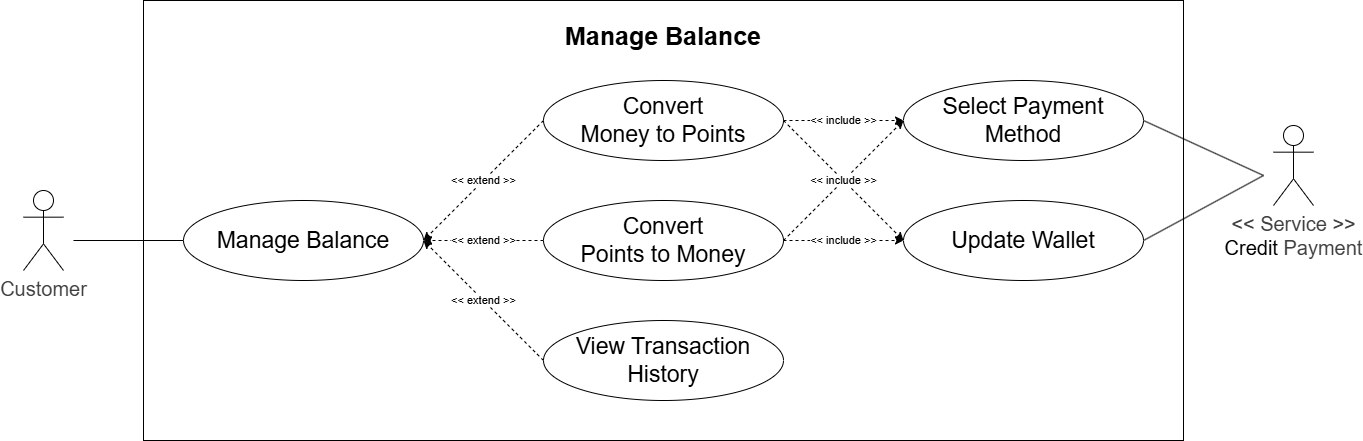
Earlier version of the draw.io export docs/usecases/detailed/manage_balance.drawio.png (Thu-sunrise/cloud_computing). Source tidied: cells renumbered, new cells last; positions are measured from the earlier drawing's top-left corner, leaving out a move shared by most shapes.
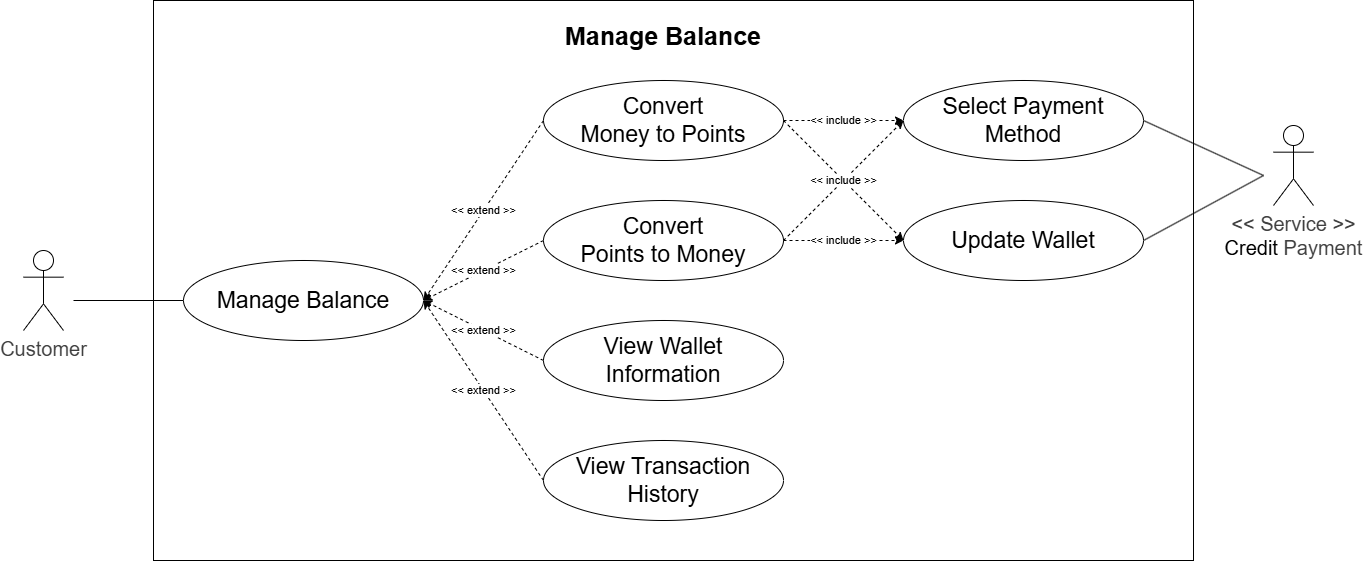
Above is the later version.

Commit message:
update uc support, balance, moderate

Change to the diagram source:
```diff
@@ -1,12 +1,12 @@
-<mxGraphModel>
+<mxGraphModel background="#ffffff">
   <root>
     <mxCell id="0" />
     <mxCell id="1" parent="0" />
     <mxCell id="2" style="rounded=0;whiteSpace=wrap;html=1;" parent="1" vertex="1">
-      <mxGeometry x="130" width="1040" height="440" as="geometry" />
+      <mxGeometry x="140" width="1040" height="560" as="geometry" />
     </mxCell>
     <mxCell id="3" value="Manage Balance" style="ellipse;whiteSpace=wrap;html=1;fontSize=23;" parent="1" vertex="1">
-      <mxGeometry x="170" y="200" width="240" height="80" as="geometry" />
+      <mxGeometry x="170" y="260" width="240" height="80" as="geometry" />
     </mxCell>
     <mxCell id="4" value="&lt;div&gt;Convert&lt;/div&gt;Money to Points" style="ellipse;whiteSpace=wrap;html=1;fontSize=23;" parent="1" vertex="1">
       <mxGeometry x="530" y="80" width="240" height="80" as="geometry" />
@@ -15,7 +15,7 @@
       <mxGeometry x="530" y="200" width="240" height="80" as="geometry" />
     </mxCell>
     <mxCell id="6" value="View Transaction History" style="ellipse;whiteSpace=wrap;html=1;fontSize=23;" parent="1" vertex="1">
-      <mxGeometry x="530" y="320" width="240" height="80" as="geometry" />
+      <mxGeometry x="530" y="440" width="240" height="80" as="geometry" />
     </mxCell>
     <mxCell id="7" value="&amp;lt;&amp;lt; extend &amp;gt;&amp;gt;" style="endArrow=classic;html=1;exitX=0;exitY=0.5;exitDx=0;exitDy=0;entryX=1;entryY=0.5;entryDx=0;entryDy=0;dashed=1;" parent="1" edge="1" source="4" target="3">
       <mxGeometry relative="1" as="geometry" />
@@ -57,10 +57,10 @@
       <mxGeometry relative="1" as="geometry" />
     </mxCell>
     <mxCell id="20" style="rounded=0;whiteSpace=wrap;html=1;shadow=1;opacity=0;fontSize=20;" parent="1" vertex="1">
-      <mxGeometry y="185" width="60" height="110" as="geometry" />
+      <mxGeometry y="245" width="60" height="110" as="geometry" />
     </mxCell>
     <mxCell id="21" value="&lt;div style=&quot;color: rgb(63, 63, 63); scrollbar-color: rgb(226, 226, 226) rgb(251, 251, 251);&quot;&gt;Customer&lt;/div&gt;" style="shape=umlActor;verticalLabelPosition=bottom;verticalAlign=top;html=1;fontSize=20;" parent="1" vertex="1">
-      <mxGeometry x="10" y="190" width="40" height="80" as="geometry" />
+      <mxGeometry x="10" y="250" width="40" height="80" as="geometry" />
     </mxCell>
     <mxCell id="22" style="endArrow=none;html=1;exitX=1;exitY=0.5;exitDx=0;exitDy=0;entryX=0;entryY=0.5;entryDx=0;entryDy=0;fontSize=20;" parent="1" edge="1" source="20" target="3">
       <mxGeometry relative="1" as="geometry" />
@@ -68,5 +68,11 @@
     <mxCell id="23" value="Manage Balance" style="text;html=1;align=center;verticalAlign=middle;whiteSpace=wrap;rounded=0;fontSize=25;fontStyle=1;" parent="1" vertex="1">
       <mxGeometry x="530" y="20" width="240" height="30" as="geometry" />
     </mxCell>
+    <mxCell id="24" value="View Wallet Information" style="ellipse;whiteSpace=wrap;html=1;fontSize=23;" parent="1" vertex="1">
+      <mxGeometry x="530" y="320" width="240" height="80" as="geometry" />
+    </mxCell>
+    <mxCell id="25" value="&amp;lt;&amp;lt; extend &amp;gt;&amp;gt;" style="endArrow=classic;html=1;exitX=0;exitY=0.5;exitDx=0;exitDy=0;entryX=1;entryY=0.5;entryDx=0;entryDy=0;dashed=1;" parent="1" edge="1" source="24" target="3">
+      <mxGeometry relative="1" as="geometry" />
+    </mxCell>
   </root>
 </mxGraphModel>
```
